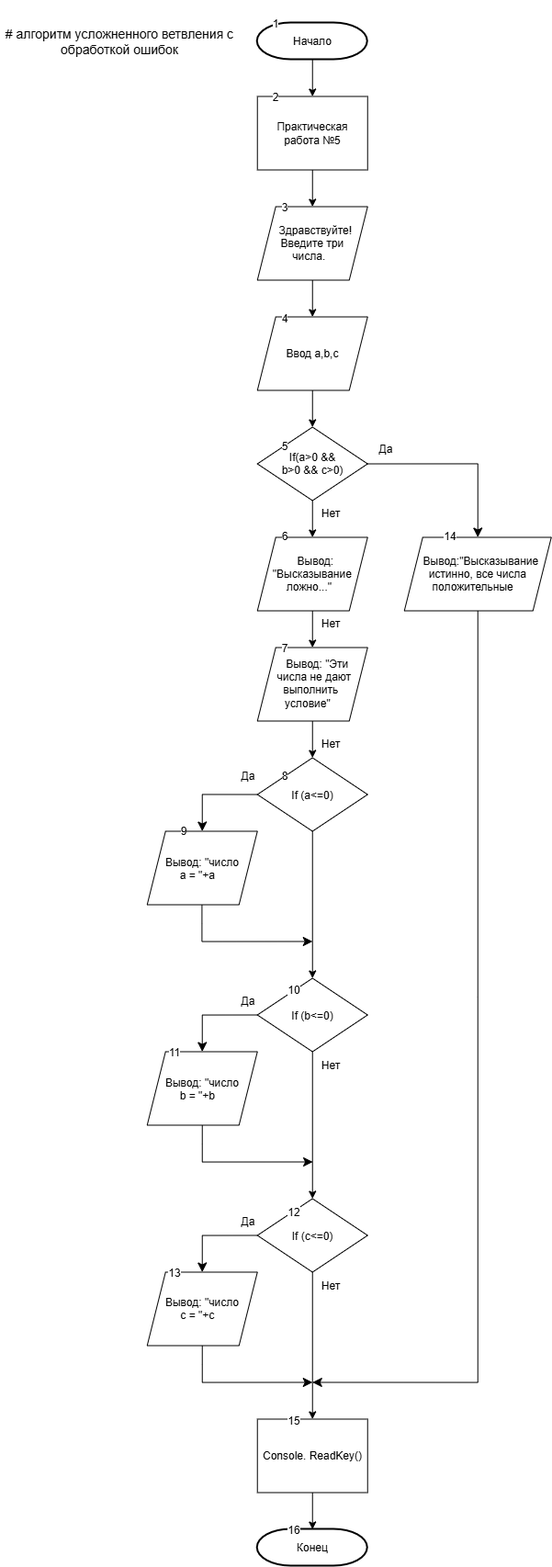
Before: Блок схема pr5 .png, a diagram exported from draw.io (maxim-matchenko/pr5). Source tidied: cells renumbered, new cells last; positions are measured from the earlier drawing's top-left corner, leaving out a move shared by most shapes.
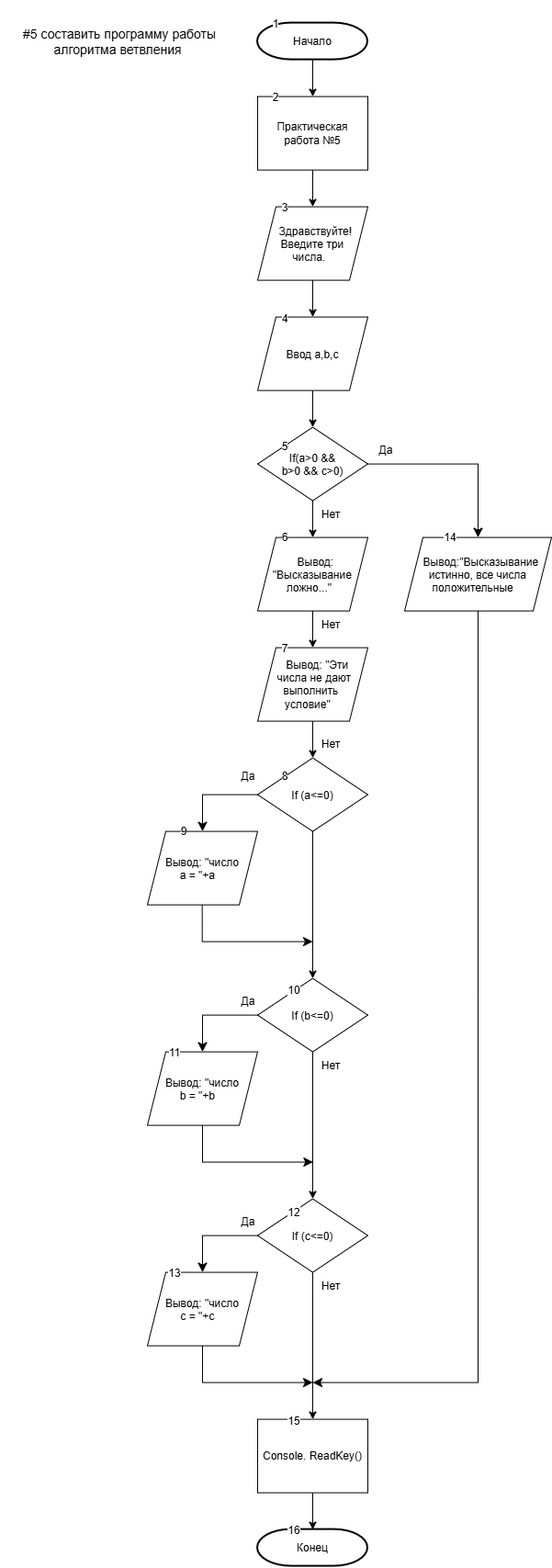
Above is the later version.

What changed in the source:
```diff
@@ -218,7 +218,7 @@
     <mxCell id="61" value="14" style="text;html=1;whiteSpace=wrap;strokeColor=none;fillColor=none;align=center;verticalAlign=middle;rounded=0;labelBackgroundColor=default;" parent="1" vertex="1">
       <mxGeometry x="460" y="570" width="60" height="30" as="geometry" />
     </mxCell>
-    <mxCell id="62" value="&lt;font style=&quot;font-size: 14px;&quot;&gt;# алгоритм усложненного ветвления с обработкой ошибок&lt;/font&gt;" style="text;html=1;whiteSpace=wrap;strokeColor=none;fillColor=none;align=center;verticalAlign=middle;rounded=0;" parent="1" vertex="1">
+    <mxCell id="62" value="&lt;font style=&quot;&quot;&gt;&lt;span style=&quot;color: rgb(0, 0, 0);&quot;&gt;&lt;font style=&quot;font-size: 14px;&quot; face=&quot;Helvetica&quot;&gt;#5&amp;nbsp;&lt;span style=&quot;background-color: transparent;&quot;&gt;составить программу работы алгоритма ветвления&lt;/span&gt;&lt;/font&gt;&lt;span style=&quot;font-size: 14px; background-color: transparent;&quot;&gt;&amp;nbsp;&lt;/span&gt;&lt;/span&gt;&lt;br&gt;&lt;/font&gt;" style="text;html=1;whiteSpace=wrap;strokeColor=none;fillColor=none;align=center;verticalAlign=middle;rounded=0;" parent="1" vertex="1">
       <mxGeometry width="260" height="90" as="geometry" />
     </mxCell>
   </root>
```
